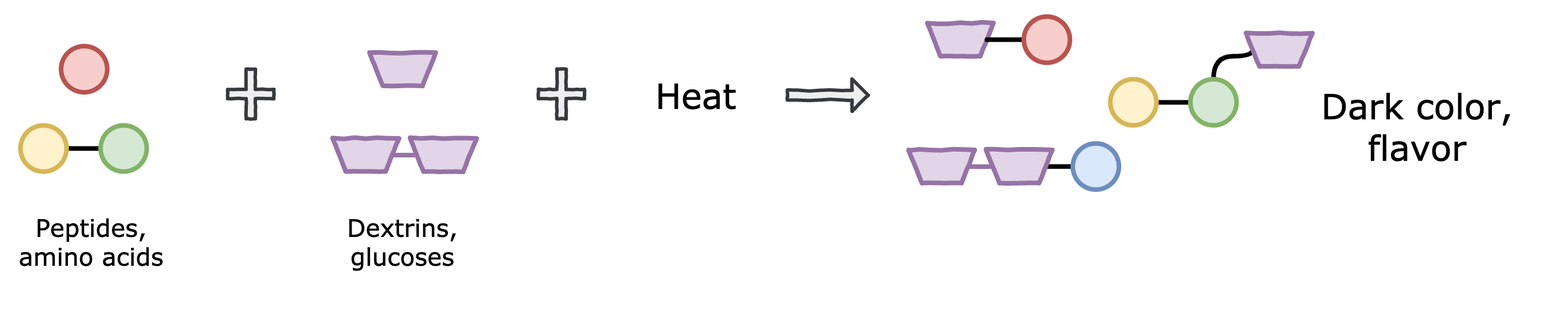
This is assets/images/enzyme_bread/maillard.png from ControlledMold/ControlledMold.github.io, a draw.io export, as it was before one commit. Source tidied: cells renumbered, new cells last; positions are measured from the earlier drawing's top-left corner, leaving out a move shared by most shapes.
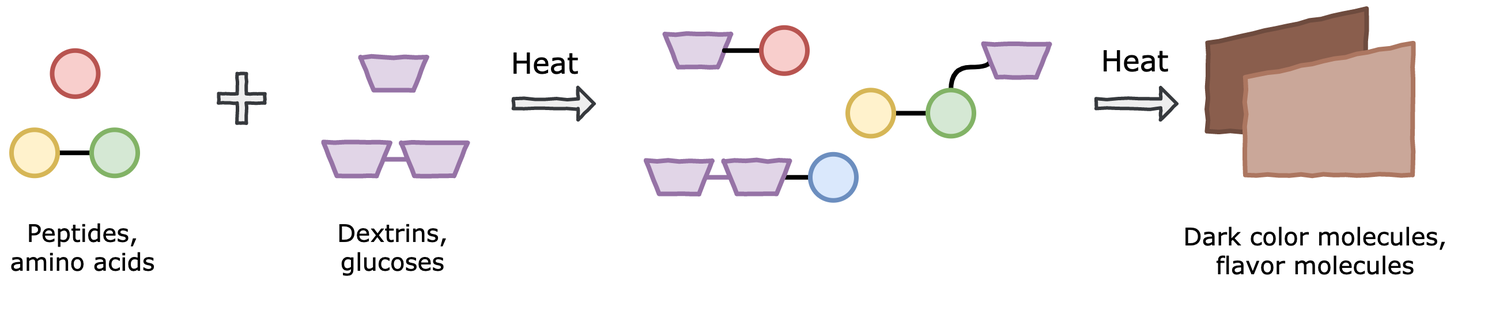
Above is the later version.

The edit, as a diff of the source:
```diff
@@ -6,85 +6,94 @@
       <mxGeometry relative="1" as="geometry" />
     </mxCell>
     <mxCell id="3" style="shape=trapezoid;perimeter=trapezoidPerimeter;whiteSpace=wrap;html=1;fillColor=#e1d5e7;strokeColor=#9673a6;rotation=-180;comic=1;strokeWidth=4;" parent="1" vertex="1">
-      <mxGeometry x="275.5" y="106" width="57.5" height="28.8" as="geometry" />
+      <mxGeometry x="495.2" y="102.4" width="57.5" height="28.8" as="geometry" />
     </mxCell>
     <mxCell id="4" style="shape=trapezoid;perimeter=trapezoidPerimeter;whiteSpace=wrap;html=1;fillColor=#e1d5e7;strokeColor=#9673A6;rotation=-180;comic=1;strokeWidth=4;" parent="1" vertex="1">
-      <mxGeometry x="342.8" y="106" width="57.5" height="28.8" as="geometry" />
+      <mxGeometry x="562.5" y="102.4" width="57.5" height="28.8" as="geometry" />
     </mxCell>
     <mxCell id="5" style="ellipse;whiteSpace=wrap;html=1;strokeWidth=4;fillColor=#f8cecc;strokeColor=#b85450;" parent="1" vertex="1">
-      <mxGeometry x="40" y="26" width="40" height="40" as="geometry" />
+      <mxGeometry x="259.8" y="22.4" width="40" height="40" as="geometry" />
     </mxCell>
     <mxCell id="6" style="edgeStyle=orthogonalEdgeStyle;rounded=0;comic=1;jettySize=auto;html=1;endArrow=none;endFill=0;strokeWidth=4;curved=1;" parent="1" edge="1" source="7" target="9">
       <mxGeometry relative="1" as="geometry" />
     </mxCell>
     <mxCell id="7" style="ellipse;whiteSpace=wrap;html=1;strokeWidth=4;fillColor=#fff2cc;strokeColor=#d6b656;" parent="1" vertex="1">
-      <mxGeometry x="950" y="54.7" width="40" height="40" as="geometry" />
+      <mxGeometry x="950" y="56.7" width="40" height="40" as="geometry" />
     </mxCell>
-    <mxCell id="8" style="edgeStyle=orthogonalEdgeStyle;curved=1;rounded=0;comic=1;jettySize=auto;html=1;exitX=0.5;exitY=0;exitDx=0;exitDy=0;entryX=1;entryY=0.5;entryDx=0;entryDy=0;endArrow=none;endFill=0;strokeWidth=4;" parent="1" edge="1" source="9" target="18">
+    <mxCell id="8" style="edgeStyle=orthogonalEdgeStyle;curved=1;rounded=0;comic=1;jettySize=auto;html=1;exitX=0.5;exitY=0;exitDx=0;exitDy=0;entryX=1;entryY=0.5;entryDx=0;entryDy=0;endArrow=none;endFill=0;strokeWidth=4;" parent="1" edge="1" source="9" target="17">
       <mxGeometry relative="1" as="geometry" />
     </mxCell>
     <mxCell id="9" style="ellipse;whiteSpace=wrap;html=1;strokeWidth=4;fillColor=#d5e8d4;strokeColor=#82b366;" parent="1" vertex="1">
-      <mxGeometry x="1019.5" y="54.7" width="40" height="40" as="geometry" />
+      <mxGeometry x="1019.5" y="56.7" width="40" height="40" as="geometry" />
     </mxCell>
     <mxCell id="10" style="shape=trapezoid;perimeter=trapezoidPerimeter;whiteSpace=wrap;html=1;fillColor=#e1d5e7;strokeColor=#9673A6;rotation=-180;comic=1;strokeWidth=4;" parent="1" vertex="1">
-      <mxGeometry x="307.5" y="31.6" width="57.5" height="28.8" as="geometry" />
+      <mxGeometry x="527.2" y="28" width="57.5" height="28.8" as="geometry" />
     </mxCell>
     <mxCell id="11" style="shape=cross;whiteSpace=wrap;html=1;comic=1;fillColor=#eeeeee;strokeColor=#36393d;strokeWidth=3;" parent="1" vertex="1">
-      <mxGeometry x="184.5" y="46" width="40" height="43" as="geometry" />
+      <mxGeometry x="404.2" y="42.4" width="40" height="43" as="geometry" />
     </mxCell>
-    <mxCell id="12" style="shape=cross;whiteSpace=wrap;html=1;comic=1;fillColor=#eeeeee;strokeColor=#36393d;strokeWidth=3;" parent="1" vertex="1">
-      <mxGeometry x="454" y="46" width="40" height="43" as="geometry" />
+    <mxCell id="12" value="&lt;span style=&quot;font-style: normal; font-size: 25px;&quot;&gt;Heat&lt;/span&gt;" style="text;html=1;strokeColor=none;fillColor=none;align=center;verticalAlign=middle;whiteSpace=wrap;rounded=0;fontFamily=Verdana;fontSize=25;shadow=0;fontStyle=2;strokeWidth=4;" parent="1" vertex="1">
+      <mxGeometry x="636" y="16.8" width="102.5" height="30" as="geometry" />
     </mxCell>
-    <mxCell id="13" value="&lt;span style=&quot;font-style: normal; font-size: 30px;&quot;&gt;Heat&lt;/span&gt;" style="text;html=1;strokeColor=none;fillColor=none;align=center;verticalAlign=middle;whiteSpace=wrap;rounded=0;fontFamily=Verdana;fontSize=30;shadow=0;fontStyle=2;strokeWidth=4;" parent="1" vertex="1">
-      <mxGeometry x="540" y="52.5" width="102.5" height="30" as="geometry" />
+    <mxCell id="13" style="shape=singleArrow;whiteSpace=wrap;html=1;comic=1;strokeWidth=3;fillColor=#eeeeee;strokeColor=#36393d;" parent="1" vertex="1">
+      <mxGeometry x="660" y="54.5" width="70" height="28" as="geometry" />
     </mxCell>
-    <mxCell id="14" style="shape=singleArrow;whiteSpace=wrap;html=1;comic=1;strokeWidth=3;fillColor=#eeeeee;strokeColor=#36393d;" parent="1" vertex="1">
-      <mxGeometry x="670" y="54.5" width="70" height="28" as="geometry" />
+    <mxCell id="14" style="shape=trapezoid;perimeter=trapezoidPerimeter;whiteSpace=wrap;html=1;fillColor=#e1d5e7;strokeColor=#9673A6;rotation=-180;comic=1;strokeWidth=4;" parent="1" vertex="1">
+      <mxGeometry x="791.2" y="8" width="57.5" height="28.8" as="geometry" />
     </mxCell>
-    <mxCell id="15" style="shape=trapezoid;perimeter=trapezoidPerimeter;whiteSpace=wrap;html=1;fillColor=#e1d5e7;strokeColor=#9673A6;rotation=-180;comic=1;strokeWidth=4;" parent="1" vertex="1">
-      <mxGeometry x="791.2" y="6" width="57.5" height="28.8" as="geometry" />
+    <mxCell id="15" style="edgeStyle=orthogonalEdgeStyle;curved=1;rounded=0;comic=1;jettySize=auto;html=1;exitX=0;exitY=0.5;exitDx=0;exitDy=0;entryX=0;entryY=0.5;entryDx=0;entryDy=0;endArrow=none;endFill=0;strokeWidth=4;" parent="1" edge="1" source="16" target="14">
+      <mxGeometry relative="1" as="geometry" />
     </mxCell>
-    <mxCell id="16" style="edgeStyle=orthogonalEdgeStyle;curved=1;rounded=0;comic=1;jettySize=auto;html=1;exitX=0;exitY=0.5;exitDx=0;exitDy=0;entryX=0;entryY=0.5;entryDx=0;entryDy=0;endArrow=none;endFill=0;strokeWidth=4;" parent="1" edge="1" source="17" target="15">
-      <mxGeometry relative="1" as="geometry" />
+    <mxCell id="16" style="ellipse;whiteSpace=wrap;html=1;strokeWidth=4;fillColor=#f8cecc;strokeColor=#b85450;" parent="1" vertex="1">
+      <mxGeometry x="875" y="2.4" width="40" height="40" as="geometry" />
     </mxCell>
-    <mxCell id="17" style="ellipse;whiteSpace=wrap;html=1;strokeWidth=4;fillColor=#f8cecc;strokeColor=#b85450;" parent="1" vertex="1">
-      <mxGeometry x="875" y="0.4" width="40" height="40" as="geometry" />
+    <mxCell id="17" style="shape=trapezoid;perimeter=trapezoidPerimeter;whiteSpace=wrap;html=1;fillColor=#e1d5e7;strokeColor=#9673A6;rotation=-180;comic=1;strokeWidth=4;" parent="1" vertex="1">
+      <mxGeometry x="1067.8" y="16.8" width="57.5" height="28.8" as="geometry" />
     </mxCell>
-    <mxCell id="18" style="shape=trapezoid;perimeter=trapezoidPerimeter;whiteSpace=wrap;html=1;fillColor=#e1d5e7;strokeColor=#9673A6;rotation=-180;comic=1;strokeWidth=4;" parent="1" vertex="1">
-      <mxGeometry x="1067.8" y="14.8" width="57.5" height="28.8" as="geometry" />
+    <mxCell id="18" style="edgeStyle=orthogonalEdgeStyle;rounded=0;comic=1;jettySize=auto;html=1;endArrow=none;endFill=0;strokeColor=#9673A6;curved=1;strokeWidth=4;" parent="1" edge="1" source="19" target="21">
+      <mxGeometry relative="1" as="geometry" />
     </mxCell>
-    <mxCell id="19" style="edgeStyle=orthogonalEdgeStyle;rounded=0;comic=1;jettySize=auto;html=1;endArrow=none;endFill=0;strokeColor=#9673A6;curved=1;strokeWidth=4;" parent="1" edge="1" source="20" target="22">
-      <mxGeometry relative="1" as="geometry" />
+    <mxCell id="19" style="shape=trapezoid;perimeter=trapezoidPerimeter;whiteSpace=wrap;html=1;fillColor=#e1d5e7;strokeColor=#9673a6;rotation=-180;comic=1;strokeWidth=4;" parent="1" vertex="1">
+      <mxGeometry x="775" y="118" width="57.5" height="28.8" as="geometry" />
     </mxCell>
-    <mxCell id="20" style="shape=trapezoid;perimeter=trapezoidPerimeter;whiteSpace=wrap;html=1;fillColor=#e1d5e7;strokeColor=#9673a6;rotation=-180;comic=1;strokeWidth=4;" parent="1" vertex="1">
-      <mxGeometry x="775" y="116" width="57.5" height="28.8" as="geometry" />
+    <mxCell id="20" style="edgeStyle=orthogonalEdgeStyle;curved=1;rounded=0;comic=1;jettySize=auto;html=1;exitX=0;exitY=0.5;exitDx=0;exitDy=0;entryX=0;entryY=0.5;entryDx=0;entryDy=0;endArrow=none;endFill=0;strokeWidth=4;" parent="1" edge="1" source="21" target="22">
+      <mxGeometry relative="1" as="geometry" />
     </mxCell>
-    <mxCell id="21" style="edgeStyle=orthogonalEdgeStyle;curved=1;rounded=0;comic=1;jettySize=auto;html=1;exitX=0;exitY=0.5;exitDx=0;exitDy=0;entryX=0;entryY=0.5;entryDx=0;entryDy=0;endArrow=none;endFill=0;strokeWidth=4;" parent="1" edge="1" source="22" target="23">
-      <mxGeometry relative="1" as="geometry" />
+    <mxCell id="21" style="shape=trapezoid;perimeter=trapezoidPerimeter;whiteSpace=wrap;html=1;fillColor=#e1d5e7;strokeColor=#9673A6;rotation=-180;comic=1;strokeWidth=4;" parent="1" vertex="1">
+      <mxGeometry x="842.2" y="118" width="57.5" height="28.8" as="geometry" />
     </mxCell>
-    <mxCell id="22" style="shape=trapezoid;perimeter=trapezoidPerimeter;whiteSpace=wrap;html=1;fillColor=#e1d5e7;strokeColor=#9673A6;rotation=-180;comic=1;strokeWidth=4;" parent="1" vertex="1">
-      <mxGeometry x="842.2" y="116" width="57.5" height="28.8" as="geometry" />
+    <mxCell id="22" style="ellipse;whiteSpace=wrap;html=1;strokeWidth=4;fillColor=#dae8fc;strokeColor=#6c8ebf;" parent="1" vertex="1">
+      <mxGeometry x="917.5" y="112.4" width="40" height="40" as="geometry" />
     </mxCell>
-    <mxCell id="23" style="ellipse;whiteSpace=wrap;html=1;strokeWidth=4;fillColor=#dae8fc;strokeColor=#6c8ebf;" parent="1" vertex="1">
-      <mxGeometry x="917.5" y="110.4" width="40" height="40" as="geometry" />
+    <mxCell id="23" style="edgeStyle=orthogonalEdgeStyle;curved=1;rounded=0;comic=1;jettySize=auto;html=1;exitX=1;exitY=0.5;exitDx=0;exitDy=0;entryX=0;entryY=0.5;entryDx=0;entryDy=0;endArrow=none;endFill=0;strokeWidth=4;" parent="1" edge="1" source="24" target="25">
+      <mxGeometry relative="1" as="geometry" />
     </mxCell>
-    <mxCell id="24" style="edgeStyle=orthogonalEdgeStyle;curved=1;rounded=0;comic=1;jettySize=auto;html=1;exitX=1;exitY=0.5;exitDx=0;exitDy=0;entryX=0;entryY=0.5;entryDx=0;entryDy=0;endArrow=none;endFill=0;strokeWidth=4;" parent="1" edge="1" source="25" target="26">
-      <mxGeometry relative="1" as="geometry" />
+    <mxCell id="24" style="ellipse;whiteSpace=wrap;html=1;strokeWidth=4;fillColor=#fff2cc;strokeColor=#d6b656;" parent="1" vertex="1">
+      <mxGeometry x="224.5" y="91.1" width="40" height="40" as="geometry" />
     </mxCell>
-    <mxCell id="25" style="ellipse;whiteSpace=wrap;html=1;strokeWidth=4;fillColor=#fff2cc;strokeColor=#d6b656;" parent="1" vertex="1">
-      <mxGeometry x="4.8" y="94.8" width="40" height="40" as="geometry" />
+    <mxCell id="25" style="ellipse;whiteSpace=wrap;html=1;strokeWidth=4;fillColor=#d5e8d4;strokeColor=#82b366;" parent="1" vertex="1">
+      <mxGeometry x="294" y="91.1" width="40" height="40" as="geometry" />
     </mxCell>
-    <mxCell id="26" style="ellipse;whiteSpace=wrap;html=1;strokeWidth=4;fillColor=#d5e8d4;strokeColor=#82b366;" parent="1" vertex="1">
-      <mxGeometry x="74.2" y="94.8" width="40" height="40" as="geometry" />
+    <mxCell id="26" value="&lt;span style=&quot;font-style: normal&quot;&gt;Peptides, amino acids&lt;/span&gt;" style="text;html=1;strokeColor=none;fillColor=none;align=center;verticalAlign=middle;whiteSpace=wrap;rounded=0;fontFamily=Verdana;fontSize=21;shadow=0;fontStyle=2;" parent="1" vertex="1">
+      <mxGeometry x="219.8" y="141.1" width="132.5" height="101.2" as="geometry" />
     </mxCell>
-    <mxCell id="27" value="&lt;span style=&quot;font-style: normal ; font-size: 30px&quot;&gt;Dark color,&lt;br&gt;flavor&lt;br&gt;&lt;/span&gt;" style="text;html=1;strokeColor=none;fillColor=none;align=center;verticalAlign=middle;whiteSpace=wrap;rounded=0;fontFamily=Verdana;fontSize=30;shadow=0;fontStyle=2;strokeWidth=4;" parent="1" vertex="1">
-      <mxGeometry x="1101" y="60.4" width="231.2" height="68.8" as="geometry" />
+    <mxCell id="27" value="&lt;span style=&quot;font-style: normal ; font-size: 21px&quot;&gt;Dextrins, glucoses&lt;/span&gt;" style="text;html=1;strokeColor=none;fillColor=none;align=center;verticalAlign=middle;whiteSpace=wrap;rounded=0;fontFamily=Verdana;fontSize=21;shadow=0;fontStyle=2;strokeWidth=4;" parent="1" vertex="1">
+      <mxGeometry x="491.2" y="161.8" width="128.5" height="60" as="geometry" />
     </mxCell>
-    <mxCell id="28" value="&lt;span style=&quot;font-style: normal&quot;&gt;Peptides, amino acids&lt;/span&gt;" style="text;html=1;strokeColor=none;fillColor=none;align=center;verticalAlign=middle;whiteSpace=wrap;rounded=0;fontFamily=Verdana;fontSize=21;shadow=0;fontStyle=2;" parent="1" vertex="1">
-      <mxGeometry y="144.8" width="132.5" height="101.2" as="geometry" />
+    <mxCell id="28" style="shape=singleArrow;whiteSpace=wrap;html=1;comic=1;strokeWidth=3;fillColor=#eeeeee;strokeColor=#36393d;" parent="1" vertex="1">
+      <mxGeometry x="1165.5" y="54.5" width="70" height="28" as="geometry" />
     </mxCell>
-    <mxCell id="29" value="&lt;span style=&quot;font-style: normal ; font-size: 21px&quot;&gt;Dextrins, glucoses&lt;/span&gt;" style="text;html=1;strokeColor=none;fillColor=none;align=center;verticalAlign=middle;whiteSpace=wrap;rounded=0;fontFamily=Verdana;fontSize=21;shadow=0;fontStyle=2;strokeWidth=4;" parent="1" vertex="1">
-      <mxGeometry x="271.5" y="165.4" width="128.5" height="60" as="geometry" />
+    <mxCell id="29" style="shape=manualInput;whiteSpace=wrap;html=1;comic=1;strokeWidth=4;fillColor=#8A5E4D;strokeColor=#6E4B3E;" parent="1" vertex="1">
+      <mxGeometry x="1262.2" y="-14" width="137.8" height="106.4" as="geometry" />
     </mxCell>
+    <mxCell id="30" style="shape=manualInput;whiteSpace=wrap;html=1;comic=1;strokeWidth=4;fillColor=#CAA799;strokeColor=#AC7660;" parent="1" vertex="1">
+      <mxGeometry x="1295" y="16" width="145" height="114.4" as="geometry" />
+    </mxCell>
+    <mxCell id="31" value="&lt;span style=&quot;font-style: normal; font-size: 21px;&quot;&gt;Dark color molecules,&lt;br style=&quot;font-size: 21px;&quot;&gt;flavor molecules&lt;br style=&quot;font-size: 21px;&quot;&gt;&lt;/span&gt;" style="text;html=1;strokeColor=none;fillColor=none;align=center;verticalAlign=middle;whiteSpace=wrap;rounded=0;fontFamily=Verdana;fontSize=21;shadow=0;fontStyle=2;strokeWidth=4;" parent="1" vertex="1">
+      <mxGeometry x="1212.8" y="161" width="285.5" height="68.8" as="geometry" />
+    </mxCell>
+    <mxCell id="32" value="&lt;span style=&quot;font-style: normal; font-size: 25px;&quot;&gt;Heat&lt;/span&gt;" style="text;html=1;strokeColor=none;fillColor=none;align=center;verticalAlign=middle;whiteSpace=wrap;rounded=0;fontFamily=Verdana;fontSize=25;shadow=0;fontStyle=2;strokeWidth=4;" parent="1" vertex="1">
+      <mxGeometry x="1147.5" y="15.4" width="102.5" height="30" as="geometry" />
+    </mxCell>
   </root>
 </mxGraphModel>
```
